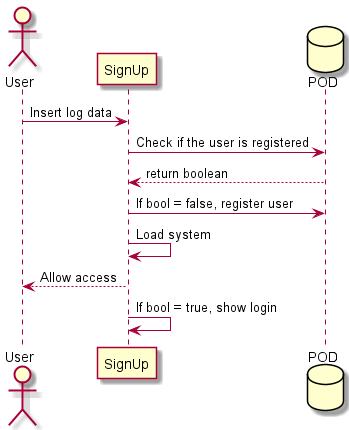
Above: images/06_signUp_runtime_view.png in Arquisoft/dede_es6c (PlantUML), before the change. Its diagram source:
```plantuml
@startuml signUp
actor User
participant SignUp
database POD
User -> SignUp : Insert log data
SignUp -> POD : Check if the user is registered
POD --> SignUp : return boolean
SignUp -> POD : If bool = false, register user
SignUp -> SignUp : Load system
SignUp --> User : Allow access
SignUp -> SignUp : If bool = true, show login
@enduml
```
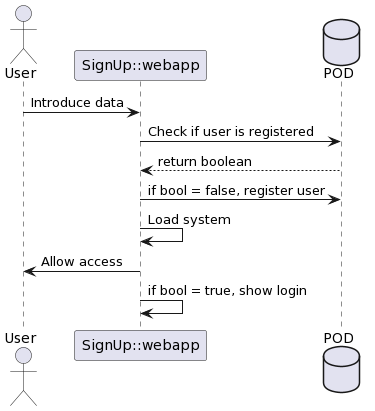
The same diagram one commit later.

Change to the diagram source:
```diff
@@ -1,12 +1,11 @@
-@startuml signUp
+@startuml
 actor User
-participant SignUp
-database POD
-User -> SignUp : Insert log data
-SignUp -> POD : Check if the user is registered
-POD --> SignUp : return boolean
-SignUp -> POD : If bool = false, register user
-SignUp -> SignUp : Load system
-SignUp --> User : Allow access
-SignUp -> SignUp : If bool = true, show login
+User -> "SignUp::webapp" : Introduce data
+Database POD
+"SignUp::webapp"-> POD: Check if user is registered
+POD --> "SignUp::webapp" : return boolean
+"SignUp::webapp" -> POD : if bool = false, register user
+"SignUp::webapp" -> "SignUp::webapp" : Load system
+"SignUp::webapp" -> User : Allow access
+"SignUp::webapp" -> "SignUp::webapp" : if bool = true, show login
 @enduml
```
